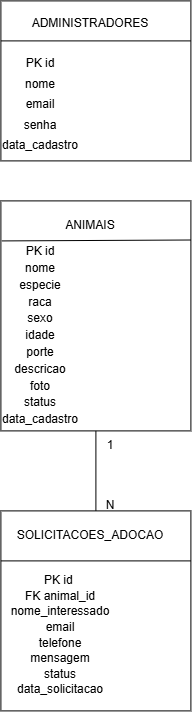
This is docs/der-petling.png from ClarissaMapelli/petling, a draw.io export, as it was before one commit. Source tidied: cells renumbered, new cells last; positions are measured from the earlier drawing's top-left corner, leaving out a move shared by most shapes.
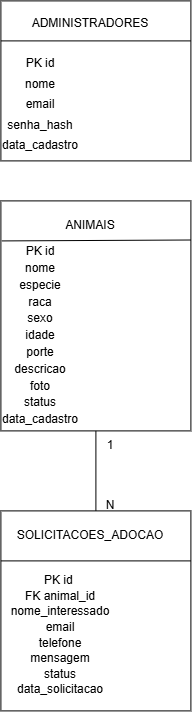
Later version of the same file.

Commit message:
docs: ajusta armazenamento de senha no modelo de dados

Diff of the diagram source:
```diff
@@ -23,7 +23,7 @@
     <mxCell id="8" style="endArrow=none;html=1;rounded=0;fontFamily=Helvetica;fontSize=12;fontColor=default;entryX=1;entryY=0.25;entryDx=0;entryDy=0;exitX=0;exitY=0.25;exitDx=0;exitDy=0;" parent="1" edge="1" source="2" target="2">
       <mxGeometry relative="1" as="geometry" />
     </mxCell>
-    <mxCell id="9" value="&lt;div style=&quot;line-height: 170%;&quot;&gt;PK id&lt;div&gt;&lt;div&gt;nome&lt;/div&gt;&lt;div&gt;email&lt;/div&gt;&lt;div&gt;senha&lt;/div&gt;&lt;div&gt;data_cadastro&lt;/div&gt;&lt;/div&gt;&lt;/div&gt;" style="text;html=1;whiteSpace=wrap;strokeColor=none;fillColor=none;align=center;verticalAlign=middle;rounded=0;" parent="1" vertex="1">
+    <mxCell id="9" value="&lt;div style=&quot;line-height: 170%;&quot;&gt;PK id&lt;div&gt;&lt;div&gt;nome&lt;/div&gt;&lt;div&gt;email&lt;/div&gt;&lt;div&gt;senha_hash&lt;/div&gt;&lt;div&gt;data_cadastro&lt;/div&gt;&lt;/div&gt;&lt;/div&gt;" style="text;html=1;whiteSpace=wrap;strokeColor=none;fillColor=none;align=center;verticalAlign=middle;rounded=0;" parent="1" vertex="1">
       <mxGeometry y="50" width="80" height="107.5" as="geometry" />
     </mxCell>
     <mxCell id="10" style="endArrow=none;html=1;rounded=0;fontFamily=Helvetica;fontSize=12;fontColor=default;entryX=1;entryY=0.17;entryDx=0;entryDy=0;exitX=0.005;exitY=0.174;exitDx=0;exitDy=0;entryPerimeter=0;exitPerimeter=0;" parent="1" edge="1" source="4" target="4">
```
